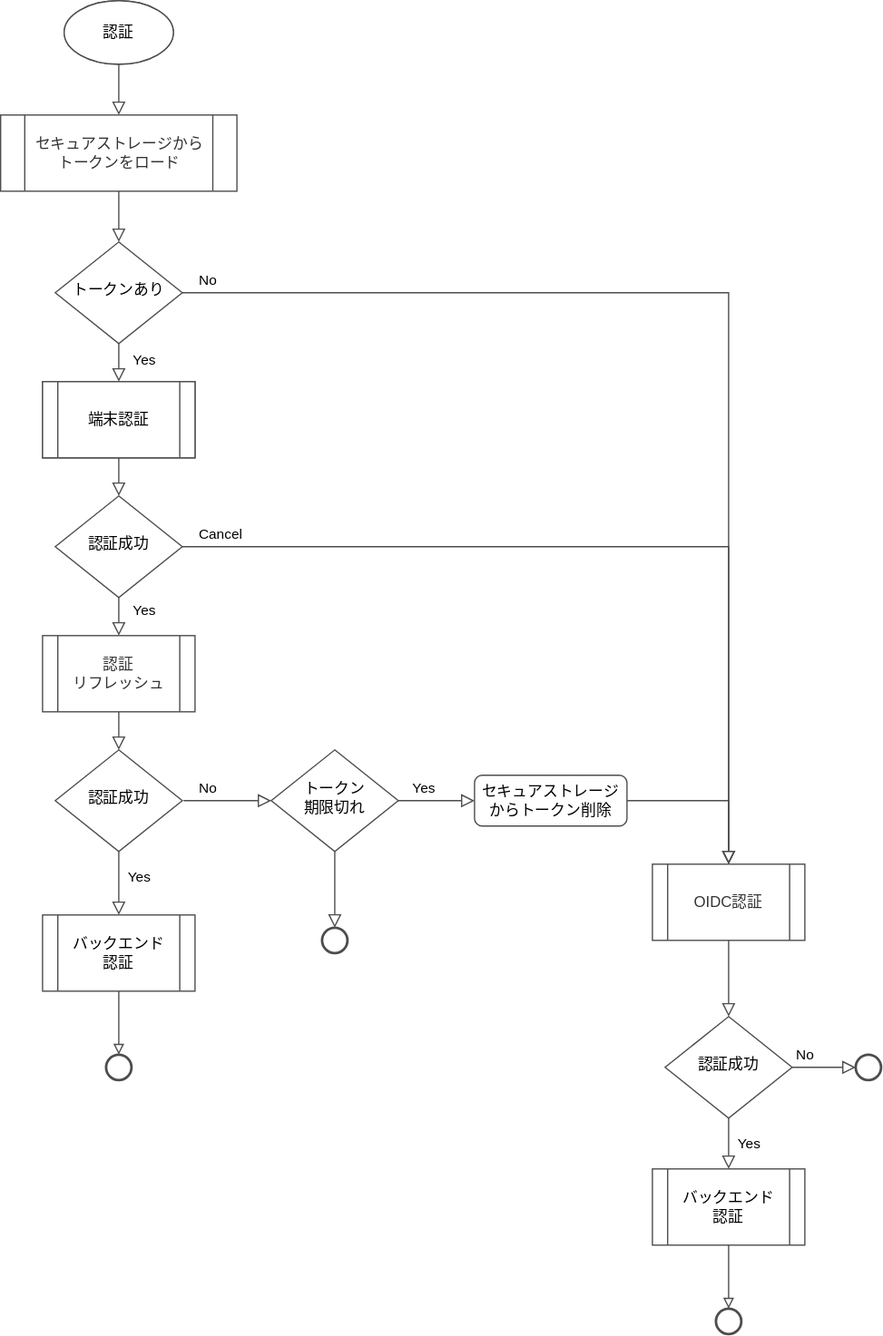
Before: docs/reference/auth/authn-flowchart.svg, a diagram exported from draw.io (ws-4020/mobile-app-crib-notes). Source tidied: cells renumbered, new cells last; positions are measured from the earlier drawing's top-left corner, leaving out a move shared by most shapes.
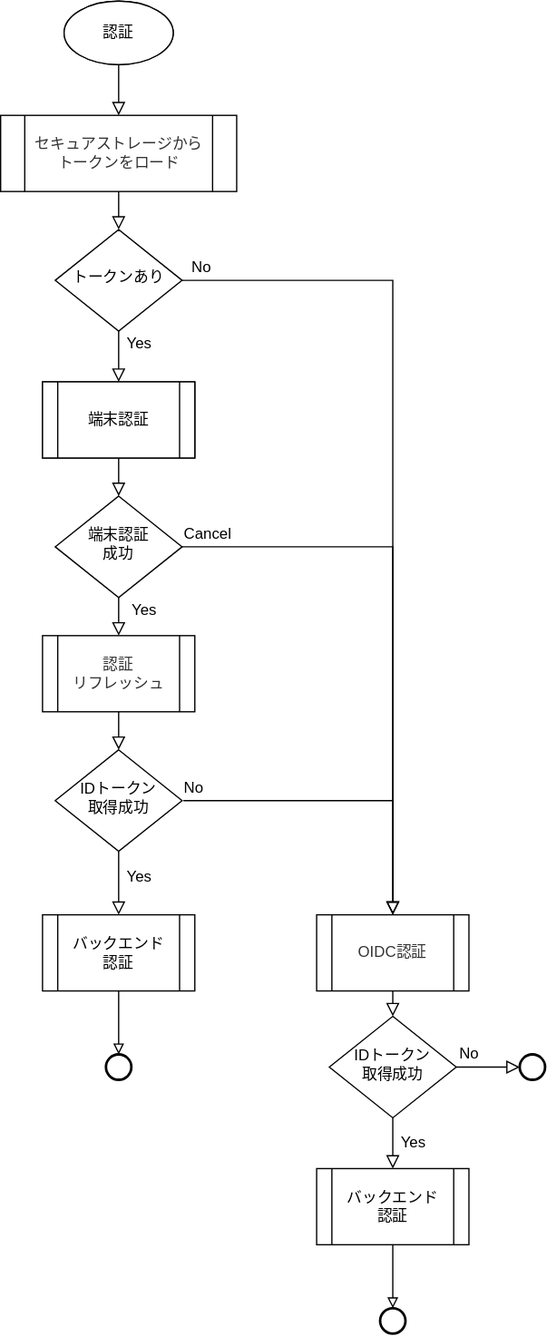
The same file after the commit.

Commit message:
フローチャート修正

What changed in the source:
```diff
@@ -2,94 +2,85 @@
   <root>
     <mxCell id="0" />
     <mxCell id="1" parent="0" />
-    <mxCell id="2" value="Yes" style="rounded=0;html=1;jettySize=auto;fontSize=11;endArrow=block;endFill=0;endSize=8;strokeWidth=1;shadow=0;labelBackgroundColor=none;edgeStyle=orthogonalEdgeStyle;entryX=0.5;entryY=0;entryDx=0;entryDy=0;strokeColor=#4D4D4D;" parent="1" edge="1" source="4" target="31">
-      <mxGeometry x="0.33" y="20" relative="1" as="geometry" />
+    <mxCell id="2" value="Yes" style="rounded=0;html=1;jettySize=auto;fontSize=12;endArrow=block;endFill=0;endSize=8;strokeWidth=1;shadow=0;labelBackgroundColor=none;edgeStyle=orthogonalEdgeStyle;entryX=0.5;entryY=0;entryDx=0;entryDy=0;" parent="1" edge="1" source="4" target="31">
+      <mxGeometry x="-0.5" y="16" relative="1" as="geometry" />
     </mxCell>
-    <mxCell id="3" value="No" style="edgeStyle=orthogonalEdgeStyle;rounded=0;html=1;jettySize=auto;fontSize=11;endArrow=block;endFill=0;endSize=8;strokeWidth=1;shadow=0;labelBackgroundColor=none;strokeColor=#4D4D4D;" parent="1" edge="1" source="4" target="34">
+    <mxCell id="3" value="No" style="edgeStyle=orthogonalEdgeStyle;rounded=0;html=1;jettySize=auto;fontSize=12;endArrow=block;endFill=0;endSize=8;strokeWidth=1;shadow=0;labelBackgroundColor=none;" parent="1" edge="1" source="4" target="34">
       <mxGeometry x="-0.95" y="10" relative="1" as="geometry" />
     </mxCell>
-    <mxCell id="4" value="トークンあり" style="rhombus;whiteSpace=wrap;html=1;shadow=0;fontFamily=Helvetica;fontSize=12;align=center;strokeWidth=1;spacing=6;spacingTop=-4;strokeColor=#4D4D4D;" parent="1" vertex="1">
-      <mxGeometry x="43" y="190" width="100" height="80" as="geometry" />
+    <mxCell id="4" value="トークンあり" style="rhombus;whiteSpace=wrap;html=1;shadow=0;fontFamily=Helvetica;fontSize=12;align=center;strokeWidth=1;spacing=6;spacingTop=-4;" parent="1" vertex="1">
+      <mxGeometry x="43" y="180" width="100" height="80" as="geometry" />
     </mxCell>
-    <mxCell id="5" style="edgeStyle=orthogonalEdgeStyle;rounded=0;jettySize=auto;html=1;entryX=0.5;entryY=0;entryDx=0;entryDy=0;endArrow=block;endFill=0;endSize=8;exitX=0.5;exitY=1;exitDx=0;exitDy=0;strokeColor=#4D4D4D;" parent="1" edge="1" source="31" target="10">
+    <mxCell id="5" style="edgeStyle=orthogonalEdgeStyle;rounded=0;jettySize=auto;html=1;entryX=0.5;entryY=0;entryDx=0;entryDy=0;endArrow=block;endFill=0;endSize=8;exitX=0.5;exitY=1;exitDx=0;exitDy=0;fontSize=12;" parent="1" edge="1" source="31" target="10">
       <mxGeometry relative="1" as="geometry" />
     </mxCell>
-    <mxCell id="6" style="edgeStyle=orthogonalEdgeStyle;rounded=0;jettySize=auto;html=1;endArrow=block;endFill=0;endSize=8;strokeColor=#4D4D4D;" parent="1" edge="1" source="7" target="33">
+    <mxCell id="6" style="edgeStyle=orthogonalEdgeStyle;rounded=0;jettySize=auto;html=1;endArrow=block;endFill=0;endSize=8;fontSize=12;" parent="1" edge="1" source="7" target="33">
       <mxGeometry relative="1" as="geometry" />
     </mxCell>
-    <mxCell id="7" value="認証" style="strokeWidth=1;html=1;shape=mxgraph.flowchart.start_1;whiteSpace=wrap;fillColor=#FFFFFF;strokeColor=#4D4D4D;" parent="1" vertex="1">
+    <mxCell id="7" value="認証" style="strokeWidth=1;html=1;shape=mxgraph.flowchart.start_1;whiteSpace=wrap;fillColor=#FFFFFF;fontSize=12;" parent="1" vertex="1">
       <mxGeometry x="50" width="86" height="50" as="geometry" />
     </mxCell>
-    <mxCell id="8" style="edgeStyle=orthogonalEdgeStyle;rounded=0;jettySize=auto;html=1;entryX=0.5;entryY=0;entryDx=0;entryDy=0;endArrow=block;endFill=0;endSize=8;exitX=0.5;exitY=1;exitDx=0;exitDy=0;strokeColor=#4D4D4D;" parent="1" edge="1" source="33" target="4">
+    <mxCell id="8" style="edgeStyle=orthogonalEdgeStyle;rounded=0;jettySize=auto;html=1;entryX=0.5;entryY=0;entryDx=0;entryDy=0;endArrow=block;endFill=0;endSize=8;exitX=0.5;exitY=1;exitDx=0;exitDy=0;fontSize=12;" parent="1" edge="1" source="33" target="4">
       <mxGeometry relative="1" as="geometry" />
     </mxCell>
-    <mxCell id="9" value="Yes" style="edgeStyle=orthogonalEdgeStyle;rounded=0;jettySize=auto;html=1;entryX=0.5;entryY=0;entryDx=0;entryDy=0;endArrow=block;endFill=0;endSize=8;strokeColor=#4D4D4D;" parent="1" edge="1" source="10" target="32">
+    <mxCell id="9" value="Yes" style="edgeStyle=orthogonalEdgeStyle;rounded=0;jettySize=auto;html=1;entryX=0.5;entryY=0;entryDx=0;entryDy=0;endArrow=block;endFill=0;endSize=8;fontSize=12;" parent="1" edge="1" source="10" target="32">
       <mxGeometry x="0.2" y="20" relative="1" as="geometry" />
     </mxCell>
-    <mxCell id="10" value="認証成功" style="rhombus;whiteSpace=wrap;html=1;shadow=0;fontFamily=Helvetica;fontSize=12;align=center;strokeWidth=1;spacing=6;spacingTop=-4;strokeColor=#4D4D4D;" parent="1" vertex="1">
+    <mxCell id="10" value="端末認証&lt;br style=&quot;font-size: 12px;&quot;&gt;成功" style="rhombus;whiteSpace=wrap;html=1;shadow=0;fontFamily=Helvetica;fontSize=12;align=center;strokeWidth=1;spacing=6;spacingTop=-4;" parent="1" vertex="1">
       <mxGeometry x="43" y="390" width="100" height="80" as="geometry" />
     </mxCell>
-    <mxCell id="11" value="Cancel" style="edgeStyle=orthogonalEdgeStyle;rounded=0;html=1;jettySize=auto;fontSize=11;endArrow=block;endFill=0;endSize=8;strokeWidth=1;shadow=0;labelBackgroundColor=none;exitX=1;exitY=0.5;exitDx=0;exitDy=0;entryX=0.5;entryY=0;entryDx=0;entryDy=0;strokeColor=#4D4D4D;" parent="1" edge="1" source="10" target="34">
+    <mxCell id="11" value="Cancel" style="edgeStyle=orthogonalEdgeStyle;rounded=0;html=1;jettySize=auto;fontSize=12;endArrow=block;endFill=0;endSize=8;strokeWidth=1;shadow=0;labelBackgroundColor=none;exitX=1;exitY=0.5;exitDx=0;exitDy=0;entryX=0.5;entryY=0;entryDx=0;entryDy=0;" parent="1" edge="1" source="10" target="34">
       <mxGeometry x="-0.91" y="10" relative="1" as="geometry" />
     </mxCell>
-    <mxCell id="12" style="edgeStyle=orthogonalEdgeStyle;rounded=0;jettySize=auto;html=1;entryX=0.5;entryY=0;entryDx=0;entryDy=0;endArrow=block;endFill=0;endSize=8;exitX=0.5;exitY=1;exitDx=0;exitDy=0;strokeColor=#4D4D4D;" parent="1" edge="1" source="32" target="14">
+    <mxCell id="12" style="edgeStyle=orthogonalEdgeStyle;rounded=0;jettySize=auto;html=1;entryX=0.5;entryY=0;entryDx=0;entryDy=0;endArrow=block;endFill=0;endSize=8;exitX=0.5;exitY=1;exitDx=0;exitDy=0;fontSize=12;" parent="1" edge="1" source="32" target="14">
       <mxGeometry relative="1" as="geometry" />
     </mxCell>
-    <mxCell id="13" value="Yes" style="edgeStyle=orthogonalEdgeStyle;rounded=0;jettySize=auto;html=1;endArrow=block;endFill=0;endSize=8;strokeColor=#4D4D4D;" parent="1" edge="1" source="14" target="35">
+    <mxCell id="13" value="Yes" style="edgeStyle=orthogonalEdgeStyle;rounded=0;jettySize=auto;html=1;endArrow=block;endFill=0;endSize=8;fontSize=12;" parent="1" edge="1" source="14" target="35">
       <mxGeometry x="-0.2" y="16" relative="1" as="geometry" />
     </mxCell>
-    <mxCell id="14" value="認証成功" style="rhombus;whiteSpace=wrap;html=1;shadow=0;fontFamily=Helvetica;fontSize=12;align=center;strokeWidth=1;spacing=6;spacingTop=-4;strokeColor=#4D4D4D;" parent="1" vertex="1">
+    <mxCell id="14" value="IDトークン&lt;br style=&quot;font-size: 12px;&quot;&gt;取得成功" style="rhombus;whiteSpace=wrap;html=1;shadow=0;fontFamily=Helvetica;fontSize=12;align=center;strokeWidth=1;spacing=6;spacingTop=-4;" parent="1" vertex="1">
       <mxGeometry x="43" y="590" width="100" height="80" as="geometry" />
     </mxCell>
-    <mxCell id="15" value="No" style="edgeStyle=orthogonalEdgeStyle;rounded=0;html=1;jettySize=auto;fontSize=11;endArrow=block;endFill=0;endSize=8;strokeWidth=1;shadow=0;labelBackgroundColor=none;entryX=0;entryY=0.5;entryDx=0;entryDy=0;strokeColor=#4D4D4D;" parent="1" edge="1" target="39">
-      <mxGeometry x="-0.45" y="10" relative="1" as="geometry">
+    <mxCell id="15" value="No" style="edgeStyle=orthogonalEdgeStyle;rounded=0;html=1;jettySize=auto;fontSize=12;endArrow=block;endFill=0;endSize=8;strokeWidth=1;shadow=0;labelBackgroundColor=none;entryX=0.5;entryY=0;entryDx=0;entryDy=0;" parent="1" edge="1" target="34">
+      <mxGeometry x="-0.94" y="10" relative="1" as="geometry">
         <mxPoint x="144" y="630" as="sourcePoint" />
       </mxGeometry>
     </mxCell>
-    <mxCell id="16" style="strokeWidth=2;html=1;shape=mxgraph.flowchart.start_2;whiteSpace=wrap;fillColor=none;strokeColor=#4D4D4D;" parent="1" vertex="1">
-      <mxGeometry x="253" y="730" width="20" height="20" as="geometry" />
-    </mxCell>
-    <mxCell id="17" style="edgeStyle=orthogonalEdgeStyle;rounded=0;jettySize=auto;html=1;endArrow=block;endFill=0;endSize=8;fontColor=#000000;strokeColor=#4D4D4D;" parent="1" edge="1" source="18" target="34">
-      <mxGeometry relative="1" as="geometry" />
-    </mxCell>
-    <mxCell id="18" value="セキュアストレージ&lt;br&gt;からトークン削除" style="rounded=1;whiteSpace=wrap;html=1;fontSize=12;glass=0;strokeWidth=1;shadow=0;strokeColor=#4D4D4D;" parent="1" vertex="1">
-      <mxGeometry x="373" y="610" width="120" height="40" as="geometry" />
-    </mxCell>
-    <mxCell id="19" style="edgeStyle=orthogonalEdgeStyle;rounded=0;jettySize=auto;html=1;entryX=0.5;entryY=0;entryDx=0;entryDy=0;entryPerimeter=0;endArrow=block;endFill=0;exitX=0.5;exitY=1;exitDx=0;exitDy=0;strokeColor=#4D4D4D;" parent="1" edge="1" source="35" target="20">
+    <mxCell id="19" style="edgeStyle=orthogonalEdgeStyle;rounded=0;jettySize=auto;html=1;entryX=0.5;entryY=0;entryDx=0;entryDy=0;entryPerimeter=0;endArrow=block;endFill=0;exitX=0.5;exitY=1;exitDx=0;exitDy=0;fontSize=12;" parent="1" edge="1" source="35" target="20">
       <mxGeometry relative="1" as="geometry" />
     </mxCell>
-    <mxCell id="20" style="strokeWidth=2;html=1;shape=mxgraph.flowchart.start_2;whiteSpace=wrap;fillColor=none;strokeColor=#4D4D4D;" parent="1" vertex="1">
+    <mxCell id="20" style="strokeWidth=2;html=1;shape=mxgraph.flowchart.start_2;whiteSpace=wrap;fillColor=none;fontSize=12;" parent="1" vertex="1">
       <mxGeometry x="83" y="830" width="20" height="20" as="geometry" />
     </mxCell>
-    <mxCell id="21" value="No" style="edgeStyle=orthogonalEdgeStyle;rounded=0;jettySize=auto;html=1;entryX=0;entryY=0.5;entryDx=0;entryDy=0;endArrow=block;endFill=0;endSize=8;entryPerimeter=0;strokeColor=#4D4D4D;" parent="1" edge="1" source="23" target="24">
+    <mxCell id="21" value="No" style="edgeStyle=orthogonalEdgeStyle;rounded=0;jettySize=auto;html=1;entryX=0;entryY=0.5;entryDx=0;entryDy=0;endArrow=block;endFill=0;endSize=8;entryPerimeter=0;fontSize=12;" parent="1" edge="1" source="23" target="24">
       <mxGeometry x="-0.6" y="10" relative="1" as="geometry" />
     </mxCell>
-    <mxCell id="22" value="Yes" style="edgeStyle=orthogonalEdgeStyle;rounded=0;jettySize=auto;html=1;entryX=0.5;entryY=0;entryDx=0;entryDy=0;endArrow=block;endFill=0;endSize=8;strokeColor=#4D4D4D;" parent="1" edge="1" source="23" target="36">
+    <mxCell id="22" value="Yes" style="edgeStyle=orthogonalEdgeStyle;rounded=0;jettySize=auto;html=1;entryX=0.5;entryY=0;entryDx=0;entryDy=0;endArrow=block;endFill=0;endSize=8;fontSize=12;" parent="1" edge="1" source="23" target="36">
       <mxGeometry y="16" relative="1" as="geometry" />
     </mxCell>
-    <mxCell id="23" value="認証成功" style="rhombus;whiteSpace=wrap;html=1;shadow=0;fontFamily=Helvetica;fontSize=12;align=center;strokeWidth=1;spacing=6;spacingTop=-4;strokeColor=#4D4D4D;" parent="1" vertex="1">
-      <mxGeometry x="523" y="800" width="100" height="80" as="geometry" />
+    <mxCell id="23" value="IDトークン&lt;br style=&quot;font-size: 12px;&quot;&gt;取得成功" style="rhombus;whiteSpace=wrap;html=1;shadow=0;fontFamily=Helvetica;fontSize=12;align=center;strokeWidth=1;spacing=6;spacingTop=-4;" parent="1" vertex="1">
+      <mxGeometry x="259" y="800" width="100" height="80" as="geometry" />
     </mxCell>
-    <mxCell id="24" style="strokeWidth=2;html=1;shape=mxgraph.flowchart.start_2;whiteSpace=wrap;fillColor=none;strokeColor=#4D4D4D;" parent="1" vertex="1">
-      <mxGeometry x="673" y="830" width="20" height="20" as="geometry" />
+    <mxCell id="24" style="strokeWidth=2;html=1;shape=mxgraph.flowchart.start_2;whiteSpace=wrap;fillColor=none;fontSize=12;" parent="1" vertex="1">
+      <mxGeometry x="409" y="830" width="20" height="20" as="geometry" />
     </mxCell>
-    <mxCell id="25" style="edgeStyle=orthogonalEdgeStyle;rounded=0;jettySize=auto;html=1;entryX=0.5;entryY=0;entryDx=0;entryDy=0;entryPerimeter=0;endArrow=block;endFill=0;exitX=0.5;exitY=1;exitDx=0;exitDy=0;strokeColor=#4D4D4D;" parent="1" edge="1" source="36" target="26">
+    <mxCell id="25" style="edgeStyle=orthogonalEdgeStyle;rounded=0;jettySize=auto;html=1;entryX=0.5;entryY=0;entryDx=0;entryDy=0;entryPerimeter=0;endArrow=block;endFill=0;exitX=0.5;exitY=1;exitDx=0;exitDy=0;fontSize=12;" parent="1" edge="1" source="36" target="26">
       <mxGeometry relative="1" as="geometry" />
     </mxCell>
-    <mxCell id="26" style="strokeWidth=2;html=1;shape=mxgraph.flowchart.start_2;whiteSpace=wrap;fillColor=none;strokeColor=#4D4D4D;" parent="1" vertex="1">
-      <mxGeometry x="563" y="1030" width="20" height="20" as="geometry" />
+    <mxCell id="26" style="strokeWidth=2;html=1;shape=mxgraph.flowchart.start_2;whiteSpace=wrap;fillColor=none;fontSize=12;" parent="1" vertex="1">
+      <mxGeometry x="299" y="1030" width="20" height="20" as="geometry" />
     </mxCell>
-    <mxCell id="27" style="edgeStyle=orthogonalEdgeStyle;rounded=0;jettySize=auto;html=1;entryX=0.5;entryY=0;entryDx=0;entryDy=0;endArrow=block;endFill=0;endSize=8;exitX=0.5;exitY=1;exitDx=0;exitDy=0;strokeColor=#4D4D4D;" parent="1" edge="1" source="34" target="23">
+    <mxCell id="27" style="edgeStyle=orthogonalEdgeStyle;rounded=0;jettySize=auto;html=1;entryX=0.5;entryY=0;entryDx=0;entryDy=0;endArrow=block;endFill=0;endSize=8;exitX=0.5;exitY=1;exitDx=0;exitDy=0;fontSize=12;" parent="1" edge="1" source="34" target="23">
       <mxGeometry relative="1" as="geometry" />
     </mxCell>
     <mxCell id="28" style="rounded=0;html=1;jettySize=auto;orthogonalLoop=1;fontSize=11;endArrow=block;endFill=0;endSize=8;strokeWidth=1;shadow=0;labelBackgroundColor=none;edgeStyle=orthogonalEdgeStyle;entryX=0.5;entryY=0;entryDx=0;entryDy=0;" parent="1" edge="1">
       <mxGeometry relative="1" as="geometry">
-        <mxPoint x="4" y="240" as="sourcePoint" />
+        <mxPoint x="-65" y="230" as="sourcePoint" />
       </mxGeometry>
     </mxCell>
     <mxCell id="29" style="edgeStyle=orthogonalEdgeStyle;rounded=0;orthogonalLoop=1;jettySize=auto;html=1;entryX=0.5;entryY=0;entryDx=0;entryDy=0;endArrow=block;endFill=0;endSize=8;" parent="1" edge="1">
       <mxGeometry relative="1" as="geometry">
-        <mxPoint x="4" y="160" as="sourcePoint" />
+        <mxPoint x="-65" y="150" as="sourcePoint" />
       </mxGeometry>
     </mxCell>
     <mxCell id="30" value="Yes" style="edgeLabel;html=1;align=center;verticalAlign=middle;" parent="29" vertex="1">
@@ -97,37 +88,28 @@
         <mxPoint x="24" as="offset" />
       </mxGeometry>
     </mxCell>
-    <mxCell id="31" value="端末認証" style="shape=process;whiteSpace=wrap;html=1;backgroundOutline=1;fillColor=#FFFFFF;strokeColor=#4D4D4D;" parent="1" vertex="1">
+    <mxCell id="31" value="端末認証" style="shape=process;whiteSpace=wrap;html=1;backgroundOutline=1;fillColor=#FFFFFF;fontSize=12;" parent="1" vertex="1">
       <mxGeometry x="33" y="300" width="120" height="60" as="geometry" />
     </mxCell>
-    <mxCell id="32" value="認証&lt;br&gt;リフレッシュ" style="shape=process;whiteSpace=wrap;html=1;backgroundOutline=1;fontColor=#333333;fillColor=#FFFFFF;strokeColor=#4D4D4D;" parent="1" vertex="1">
+    <mxCell id="32" value="認証&lt;br style=&quot;font-size: 12px;&quot;&gt;リフレッシュ" style="shape=process;whiteSpace=wrap;html=1;backgroundOutline=1;fontColor=#333333;fillColor=#FFFFFF;fontSize=12;" parent="1" vertex="1">
       <mxGeometry x="33" y="500" width="120" height="60" as="geometry" />
     </mxCell>
-    <mxCell id="33" value="&lt;span&gt;セキュアストレージから&lt;br&gt;トークンをロード&lt;/span&gt;" style="shape=process;whiteSpace=wrap;html=1;backgroundOutline=1;fontColor=#333333;fillColor=#FFFFFF;strokeColor=#4D4D4D;" parent="1" vertex="1">
+    <mxCell id="33" value="&lt;span style=&quot;font-size: 12px;&quot;&gt;セキュアストレージから&lt;br style=&quot;font-size: 12px;&quot;&gt;トークンをロード&lt;/span&gt;" style="shape=process;whiteSpace=wrap;html=1;backgroundOutline=1;fontColor=#333333;fillColor=#FFFFFF;fontSize=12;" parent="1" vertex="1">
       <mxGeometry y="90" width="186" height="60" as="geometry" />
     </mxCell>
-    <mxCell id="34" value="OIDC認証" style="shape=process;whiteSpace=wrap;html=1;backgroundOutline=1;fontColor=#333333;fillColor=#FFFFFF;strokeColor=#4D4D4D;" parent="1" vertex="1">
-      <mxGeometry x="513" y="680" width="120" height="60" as="geometry" />
+    <mxCell id="34" value="OIDC認証" style="shape=process;whiteSpace=wrap;html=1;backgroundOutline=1;fontColor=#333333;fillColor=#FFFFFF;fontSize=12;" parent="1" vertex="1">
+      <mxGeometry x="249" y="720" width="120" height="60" as="geometry" />
     </mxCell>
-    <mxCell id="35" value="バックエンド&lt;br&gt;認証" style="shape=process;whiteSpace=wrap;html=1;backgroundOutline=1;fillColor=#FFFFFF;strokeColor=#4D4D4D;" parent="1" vertex="1">
+    <mxCell id="35" value="バックエンド&lt;br style=&quot;font-size: 12px;&quot;&gt;認証" style="shape=process;whiteSpace=wrap;html=1;backgroundOutline=1;fillColor=#FFFFFF;fontSize=12;" parent="1" vertex="1">
       <mxGeometry x="33" y="720" width="120" height="60" as="geometry" />
     </mxCell>
-    <mxCell id="36" value="バックエンド&lt;br&gt;認証" style="shape=process;whiteSpace=wrap;html=1;backgroundOutline=1;fillColor=#FFFFFF;strokeColor=#4D4D4D;" parent="1" vertex="1">
-      <mxGeometry x="513" y="920" width="120" height="60" as="geometry" />
+    <mxCell id="36" value="バックエンド&lt;br style=&quot;font-size: 12px;&quot;&gt;認証" style="shape=process;whiteSpace=wrap;html=1;backgroundOutline=1;fillColor=#FFFFFF;fontSize=12;" parent="1" vertex="1">
+      <mxGeometry x="249" y="920" width="120" height="60" as="geometry" />
     </mxCell>
-    <mxCell id="37" value="Yes" style="edgeStyle=orthogonalEdgeStyle;rounded=0;jettySize=auto;html=1;entryX=0;entryY=0.5;entryDx=0;entryDy=0;endArrow=block;endFill=0;endSize=8;fontColor=#000000;strokeColor=#4D4D4D;" parent="1" edge="1" source="39" target="18">
-      <mxGeometry x="-0.33" y="10" relative="1" as="geometry" />
-    </mxCell>
-    <mxCell id="38" style="edgeStyle=orthogonalEdgeStyle;rounded=0;jettySize=auto;html=1;entryX=0.5;entryY=0;entryDx=0;entryDy=0;entryPerimeter=0;endArrow=block;endFill=0;endSize=8;fontColor=#000000;strokeColor=#4D4D4D;" parent="1" edge="1" source="39" target="16">
-      <mxGeometry relative="1" as="geometry" />
-    </mxCell>
-    <mxCell id="39" value="トークン&lt;br&gt;期限切れ" style="rhombus;whiteSpace=wrap;html=1;shadow=0;fontFamily=Helvetica;fontSize=12;align=center;strokeWidth=1;spacing=6;spacingTop=-4;strokeColor=#4D4D4D;" parent="1" vertex="1">
-      <mxGeometry x="213" y="590" width="100" height="80" as="geometry" />
-    </mxCell>
-    <mxCell id="40" value="認証" style="strokeWidth=1;html=1;shape=mxgraph.flowchart.start_1;whiteSpace=wrap;fillColor=#FFFFFF;strokeColor=#4D4D4D;" parent="1" vertex="1">
+    <mxCell id="40" value="認証" style="strokeWidth=1;html=1;shape=mxgraph.flowchart.start_1;whiteSpace=wrap;fillColor=#FFFFFF;fontSize=12;" parent="1" vertex="1">
       <mxGeometry x="50" width="86" height="50" as="geometry" />
     </mxCell>
-    <mxCell id="41" value="端末認証" style="shape=process;whiteSpace=wrap;html=1;backgroundOutline=1;fillColor=#FFFFFF;strokeColor=#4D4D4D;" parent="1" vertex="1">
+    <mxCell id="41" value="端末認証" style="shape=process;whiteSpace=wrap;html=1;backgroundOutline=1;fillColor=#FFFFFF;fontSize=12;" parent="1" vertex="1">
       <mxGeometry x="33" y="300" width="120" height="60" as="geometry" />
     </mxCell>
   </root>
```
